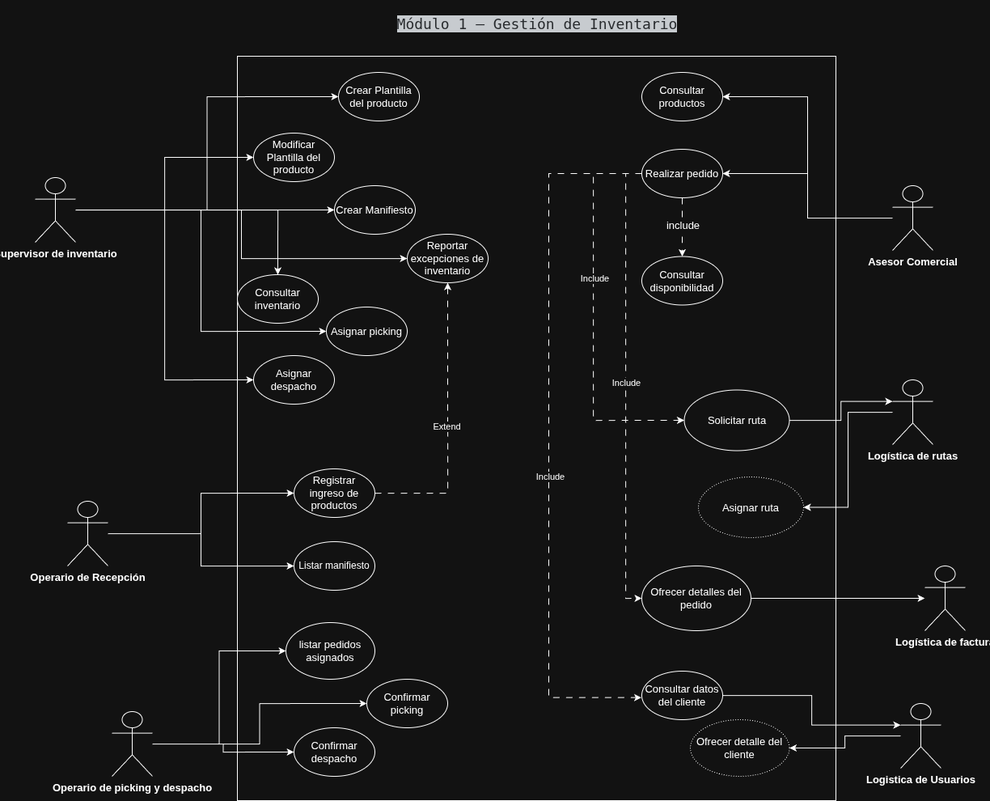
The draw.io diagram docs/casos_de_uso/diagrama_casos_de_uso_modulo1-Casos de Uso.drawio.png in InsoftUnimag/20261StoreManagement, before a commit. Source tidied: cells renumbered, new cells last; positions are measured from the earlier drawing's top-left corner, leaving out a move shared by most shapes.
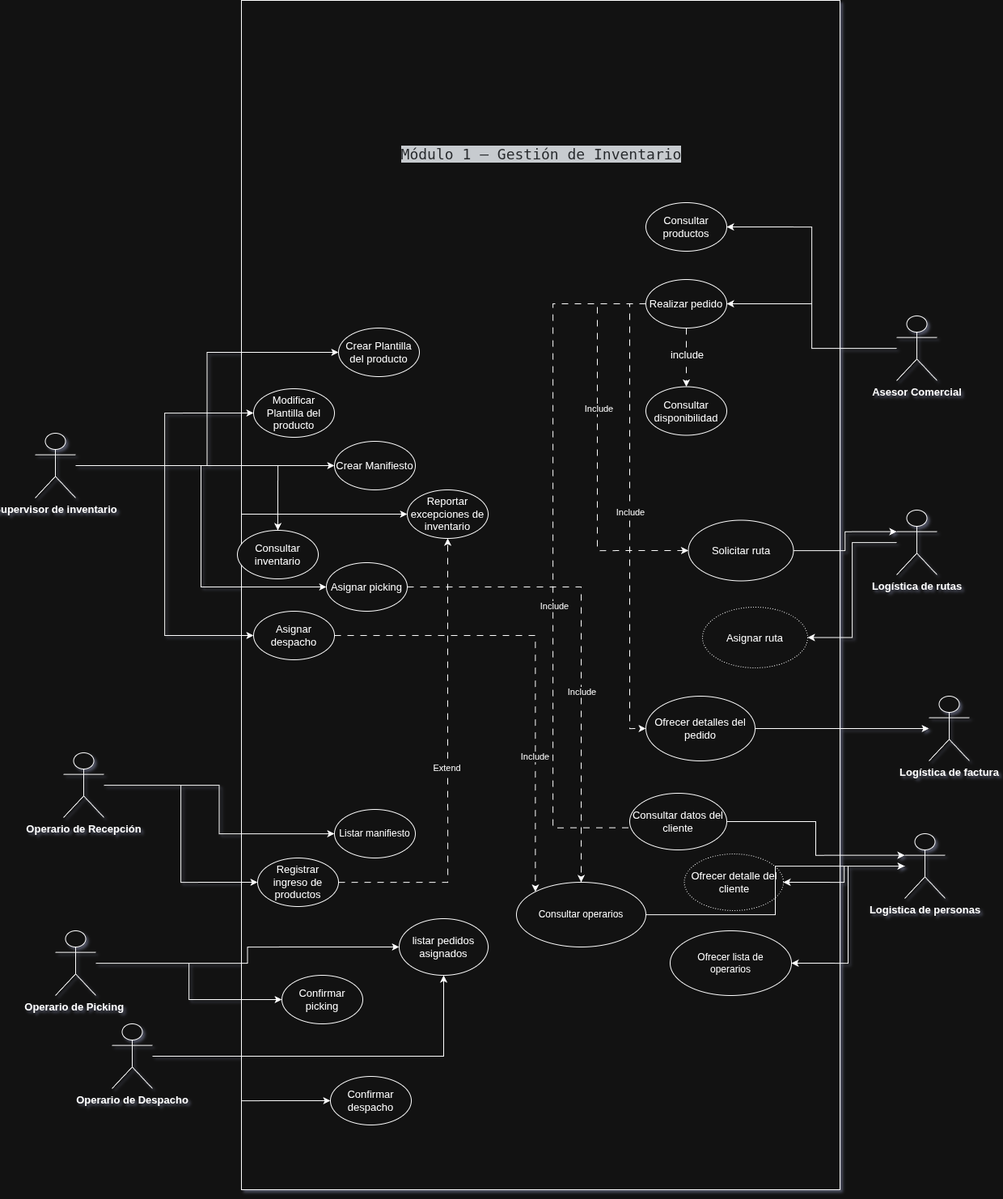
The same diagram one commit later.

Commit message:
Actualizar diagrama de casos de uso módulo 1

Diff of the diagram source:
```diff
@@ -1,9 +1,9 @@
-<mxGraphModel>
+<mxGraphModel shadow="1">
   <root>
     <mxCell id="0" />
     <mxCell id="1" parent="0" />
     <mxCell id="2" value="&amp;nbsp; &amp;nbsp; &amp;nbsp; &amp;nbsp; &amp;nbsp; &amp;nbsp; &amp;nbsp; " style="rounded=0;whiteSpace=wrap;html=1;fontSize=13;" parent="1" vertex="1">
-      <mxGeometry x="250" y="50" width="740" height="920" as="geometry" />
+      <mxGeometry x="250" y="-180" width="740" height="1470" as="geometry" />
     </mxCell>
     <mxCell id="3" value="&lt;pre&gt;&lt;pre class=&quot;shiki github-dark shiki-code-block&quot; style=&quot;background-color:#24292e;color:#e1e4e8&quot; tabindex=&quot;0&quot;&gt;&lt;code class=&quot;whitespace-pre-wrap break-words&quot;&gt;&lt;span class=&quot;line&quot;&gt;&lt;span&gt;Módulo 1 – Gestión de Inventario&lt;/span&gt;&lt;/span&gt;&lt;/code&gt;&lt;/pre&gt;&lt;/pre&gt;" style="text;html=1;whiteSpace=wrap;strokeColor=none;fillColor=none;align=center;verticalAlign=middle;rounded=0;fontSize=18;" parent="1" vertex="1">
       <mxGeometry x="620" height="20" as="geometry" />
@@ -30,10 +30,10 @@
       <mxGeometry relative="1" as="geometry" />
     </mxCell>
     <mxCell id="11" value="Supervisor de inventario" style="shape=umlActor;verticalLabelPosition=bottom;verticalAlign=top;outlineConnect=0;strokeWidth=1;perimeterSpacing=0;strokeColor=default;html=1;fontStyle=1;labelBackgroundColor=none;noLabel=0;fontSize=13;" parent="1" vertex="1">
-      <mxGeometry y="200" width="50" height="80" as="geometry" />
+      <mxGeometry x="-5" y="355" width="50" height="80" as="geometry" />
     </mxCell>
     <mxCell id="12" value="Crear Plantilla del producto" style="ellipse;whiteSpace=wrap;html=1;fontSize=13;" parent="1" vertex="1">
-      <mxGeometry x="375" y="70" width="100" height="60" as="geometry" />
+      <mxGeometry x="370" y="225" width="100" height="60" as="geometry" />
     </mxCell>
     <mxCell id="13" style="edgeStyle=orthogonalEdgeStyle;rounded=0;jettySize=auto;html=1;entryX=0;entryY=0.5;entryDx=0;entryDy=0;" parent="1" edge="1" source="15" target="28">
       <mxGeometry relative="1" as="geometry" />
@@ -42,7 +42,7 @@
       <mxGeometry relative="1" as="geometry" />
     </mxCell>
     <mxCell id="15" value="Operario de Recepción" style="shape=umlActor;verticalLabelPosition=bottom;verticalAlign=top;outlineConnect=0;strokeWidth=1;perimeterSpacing=0;strokeColor=default;html=1;fontStyle=1;labelBackgroundColor=none;noLabel=0;fontSize=13;" parent="1" vertex="1">
-      <mxGeometry x="40" y="600" width="50" height="80" as="geometry" />
+      <mxGeometry x="30" y="750" width="50" height="80" as="geometry" />
     </mxCell>
     <mxCell id="16" style="edgeStyle=orthogonalEdgeStyle;rounded=0;jettySize=auto;html=1;entryX=1;entryY=0.5;entryDx=0;entryDy=0;" parent="1" edge="1" source="18" target="47">
       <mxGeometry relative="1" as="geometry" />
@@ -56,23 +56,20 @@
     <mxCell id="19" style="edgeStyle=orthogonalEdgeStyle;rounded=0;jettySize=auto;html=1;entryX=0;entryY=0.5;entryDx=0;entryDy=0;" parent="1" edge="1" source="22" target="55">
       <mxGeometry relative="1" as="geometry" />
     </mxCell>
-    <mxCell id="20" style="edgeStyle=orthogonalEdgeStyle;rounded=0;jettySize=auto;html=1;entryX=0;entryY=0.5;entryDx=0;entryDy=0;" parent="1" edge="1" source="22" target="56">
-      <mxGeometry relative="1" as="geometry" />
-    </mxCell>
     <mxCell id="21" style="edgeStyle=orthogonalEdgeStyle;rounded=0;jettySize=auto;html=1;entryX=0;entryY=0.5;entryDx=0;entryDy=0;" parent="1" edge="1" source="22" target="38">
       <mxGeometry relative="1" as="geometry" />
     </mxCell>
-    <mxCell id="22" value="Operario de picking y despacho" style="shape=umlActor;verticalLabelPosition=bottom;verticalAlign=top;outlineConnect=0;strokeWidth=1;perimeterSpacing=0;strokeColor=default;html=1;fontStyle=1;labelBackgroundColor=none;noLabel=0;fontSize=13;" parent="1" vertex="1">
-      <mxGeometry x="95" y="860" width="50" height="80" as="geometry" />
+    <mxCell id="22" value="Operario de Picking&amp;nbsp;" style="shape=umlActor;verticalLabelPosition=bottom;verticalAlign=top;outlineConnect=0;strokeWidth=1;perimeterSpacing=0;strokeColor=default;html=1;fontStyle=1;labelBackgroundColor=none;noLabel=0;fontSize=13;" parent="1" vertex="1">
+      <mxGeometry x="20" y="970" width="50" height="80" as="geometry" />
     </mxCell>
     <mxCell id="23" value="Consultar inventario" style="ellipse;whiteSpace=wrap;html=1;fontSize=13;" parent="1" vertex="1">
-      <mxGeometry x="250" y="320" width="100" height="60" as="geometry" />
+      <mxGeometry x="245" y="475" width="100" height="60" as="geometry" />
     </mxCell>
     <mxCell id="24" value="Reportar excepciones de inventario" style="ellipse;whiteSpace=wrap;html=1;fontSize=13;" parent="1" vertex="1">
-      <mxGeometry x="460" y="270" width="100" height="60" as="geometry" />
+      <mxGeometry x="455" y="425" width="100" height="60" as="geometry" />
     </mxCell>
     <mxCell id="25" value="Modificar Plantilla del producto" style="ellipse;whiteSpace=wrap;html=1;fontSize=13;" parent="1" vertex="1">
-      <mxGeometry x="270" y="145" width="100" height="60" as="geometry" />
+      <mxGeometry x="265" y="300" width="100" height="60" as="geometry" />
     </mxCell>
     <mxCell id="26" style="edgeStyle=orthogonalEdgeStyle;rounded=0;jettySize=auto;html=1;dashed=1;dashPattern=8 8;" parent="1" edge="1" source="28" target="24">
       <mxGeometry relative="1" as="geometry" />
@@ -81,7 +78,7 @@
       <mxGeometry x="-0.01" y="2" relative="1" as="geometry" />
     </mxCell>
     <mxCell id="28" value="Registrar ingreso de productos" style="ellipse;whiteSpace=wrap;html=1;fontSize=13;" parent="1" vertex="1">
-      <mxGeometry x="320" y="560" width="100" height="60" as="geometry" />
+      <mxGeometry x="270" y="880" width="100" height="60" as="geometry" />
     </mxCell>
     <mxCell id="29" style="edgeStyle=orthogonalEdgeStyle;rounded=0;jettySize=auto;html=1;dashed=1;fontSize=13;dashPattern=8 8;" parent="1" edge="1" source="37" target="46">
       <mxGeometry relative="1" as="geometry" />
@@ -127,10 +124,16 @@
       <mxGeometry x="750" y="165" width="100" height="60" as="geometry" />
     </mxCell>
     <mxCell id="38" value="&lt;div&gt;listar pedidos&lt;/div&gt;asignados" style="ellipse;whiteSpace=wrap;html=1;fontSize=13;" parent="1" vertex="1">
-      <mxGeometry x="310" y="750" width="110" height="70" as="geometry" />
+      <mxGeometry x="445" y="955" width="110" height="70" as="geometry" />
     </mxCell>
+    <mxCell id="61" style="edgeStyle=orthogonalEdgeStyle;rounded=0;jettySize=auto;html=1;dashed=1;dashPattern=8 8;" parent="1" edge="1" source="39" target="70">
+      <mxGeometry relative="1" as="geometry" />
+    </mxCell>
+    <mxCell id="62" value="Include" style="edgeLabel;html=1;align=center;verticalAlign=middle;" parent="61" vertex="1">
+      <mxGeometry x="0.19" relative="1" as="geometry" />
+    </mxCell>
     <mxCell id="39" value="Asignar picking" style="ellipse;whiteSpace=wrap;html=1;fontSize=13;" parent="1" vertex="1">
-      <mxGeometry x="360" y="360" width="100" height="60" as="geometry" />
+      <mxGeometry x="355" y="515" width="100" height="60" as="geometry" />
     </mxCell>
     <mxCell id="40" style="edgeStyle=orthogonalEdgeStyle;rounded=0;jettySize=auto;html=1;entryX=1;entryY=0.5;entryDx=0;entryDy=0;" parent="1" edge="1" source="41" target="53">
       <mxGeometry relative="1" as="geometry" />
@@ -159,14 +162,22 @@
     <mxCell id="48" style="edgeStyle=orthogonalEdgeStyle;rounded=0;orthogonalLoop=1;jettySize=auto;html=1;exitX=0.5;exitY=1;exitDx=0;exitDy=0;" parent="1" edge="1" source="43" target="43">
       <mxGeometry relative="1" as="geometry" />
     </mxCell>
+    <mxCell id="63" style="edgeStyle=orthogonalEdgeStyle;rounded=0;jettySize=auto;html=1;entryX=0;entryY=0;entryDx=0;entryDy=0;dashed=1;dashPattern=8 8;" parent="1" edge="1" source="49" target="70">
+      <mxGeometry relative="1" as="geometry" />
+    </mxCell>
+    <mxCell id="64" value="Include" style="edgeLabel;html=1;align=center;verticalAlign=middle;" parent="63" vertex="1">
+      <mxGeometry x="0.4" y="-1" relative="1" as="geometry">
+        <mxPoint y="1" as="offset" />
+      </mxGeometry>
+    </mxCell>
     <mxCell id="49" value="Asignar despacho" style="ellipse;whiteSpace=wrap;html=1;fontSize=13;" parent="1" vertex="1">
-      <mxGeometry x="270" y="420" width="100" height="60" as="geometry" />
+      <mxGeometry x="265" y="575" width="100" height="60" as="geometry" />
     </mxCell>
     <mxCell id="50" value="Consultar datos del cliente" style="ellipse;whiteSpace=wrap;html=1;fontSize=13;" parent="1" vertex="1">
-      <mxGeometry x="750" y="810" width="100" height="60" as="geometry" />
+      <mxGeometry x="730" y="800" width="120" height="70" as="geometry" />
     </mxCell>
     <mxCell id="51" value="Listar manifiesto" style="ellipse;whiteSpace=wrap;html=1;" parent="1" vertex="1">
-      <mxGeometry x="320" y="650" width="100" height="60" as="geometry" />
+      <mxGeometry x="365" y="820" width="100" height="60" as="geometry" />
     </mxCell>
     <mxCell id="52" style="edgeStyle=orthogonalEdgeStyle;rounded=0;jettySize=auto;html=1;entryX=0;entryY=0.3333333333333333;entryDx=0;entryDy=0;entryPerimeter=0;" parent="1" edge="1" source="43" target="41">
       <mxGeometry relative="1" as="geometry" />
@@ -175,25 +186,46 @@
       <mxGeometry x="820" y="570" width="130" height="75" as="geometry" />
     </mxCell>
     <mxCell id="54" value="Crear Manifiesto" style="ellipse;whiteSpace=wrap;html=1;fontSize=13;" parent="1" vertex="1">
-      <mxGeometry x="370" y="210" width="100" height="60" as="geometry" />
+      <mxGeometry x="365" y="365" width="100" height="60" as="geometry" />
     </mxCell>
     <mxCell id="55" value="Confirmar picking" style="ellipse;whiteSpace=wrap;html=1;fontSize=13;" parent="1" vertex="1">
-      <mxGeometry x="410" y="820" width="100" height="60" as="geometry" />
+      <mxGeometry x="300" y="1025" width="100" height="60" as="geometry" />
     </mxCell>
     <mxCell id="56" value="&lt;div&gt;Confirmar despacho&lt;/div&gt;" style="ellipse;whiteSpace=wrap;html=1;fontSize=13;" parent="1" vertex="1">
-      <mxGeometry x="320" y="880" width="100" height="60" as="geometry" />
+      <mxGeometry x="360" y="1150" width="100" height="60" as="geometry" />
     </mxCell>
     <mxCell id="57" style="edgeStyle=orthogonalEdgeStyle;rounded=0;jettySize=auto;html=1;entryX=1;entryY=0.5;entryDx=0;entryDy=0;" parent="1" edge="1" source="58" target="60">
       <mxGeometry relative="1" as="geometry" />
     </mxCell>
+    <mxCell id="65" style="edgeStyle=orthogonalEdgeStyle;rounded=0;jettySize=auto;html=1;entryX=1;entryY=0.5;entryDx=0;entryDy=0;" parent="1" edge="1" source="58" target="71">
+      <mxGeometry relative="1" as="geometry" />
+    </mxCell>
-    <mxCell id="58" value="Logistica de Usuarios" style="shape=umlActor;verticalLabelPosition=bottom;verticalAlign=top;outlineConnect=0;strokeWidth=1;perimeterSpacing=0;strokeColor=default;html=1;fontStyle=1;labelBackgroundColor=none;noLabel=0;fontSize=13;" parent="1" vertex="1">
+    <mxCell id="58" value="Logistica de personas" style="shape=umlActor;verticalLabelPosition=bottom;verticalAlign=top;outlineConnect=0;strokeWidth=1;perimeterSpacing=0;strokeColor=default;html=1;fontStyle=1;labelBackgroundColor=none;noLabel=0;fontSize=13;" parent="1" vertex="1">
       <mxGeometry x="1070" y="850" width="50" height="80" as="geometry" />
     </mxCell>
     <mxCell id="59" style="edgeStyle=orthogonalEdgeStyle;rounded=0;jettySize=auto;html=1;entryX=0;entryY=0.3333333333333333;entryDx=0;entryDy=0;entryPerimeter=0;" parent="1" edge="1" source="50" target="58">
       <mxGeometry relative="1" as="geometry" />
     </mxCell>
     <mxCell id="60" value="Ofrecer detalle del cliente" style="ellipse;whiteSpace=wrap;html=1;fontSize=13;dashed=1;dashPattern=1 2;" parent="1" vertex="1">
-      <mxGeometry x="810" y="870" width="122.5" height="70" as="geometry" />
+      <mxGeometry x="797.5" y="875" width="122.5" height="70" as="geometry" />
     </mxCell>
+    <mxCell id="66" style="edgeStyle=orthogonalEdgeStyle;rounded=0;jettySize=auto;html=1;entryX=0.5;entryY=1;entryDx=0;entryDy=0;" parent="1" edge="1" source="68" target="38">
+      <mxGeometry relative="1" as="geometry" />
+    </mxCell>
+    <mxCell id="67" style="edgeStyle=orthogonalEdgeStyle;rounded=0;jettySize=auto;html=1;entryX=0;entryY=0.5;entryDx=0;entryDy=0;" parent="1" edge="1" source="68" target="56">
+      <mxGeometry relative="1" as="geometry" />
+    </mxCell>
+    <mxCell id="68" value="Operario de Despacho" style="shape=umlActor;verticalLabelPosition=bottom;verticalAlign=top;outlineConnect=0;strokeWidth=1;perimeterSpacing=0;strokeColor=default;html=1;fontStyle=1;labelBackgroundColor=none;noLabel=0;fontSize=13;" parent="1" vertex="1">
+      <mxGeometry x="90" y="1085" width="50" height="80" as="geometry" />
+    </mxCell>
+    <mxCell id="69" style="edgeStyle=orthogonalEdgeStyle;rounded=0;jettySize=auto;html=1;" parent="1" edge="1" source="70" target="58">
+      <mxGeometry relative="1" as="geometry" />
+    </mxCell>
+    <mxCell id="70" value="Consultar operarios" style="ellipse;whiteSpace=wrap;html=1;" parent="1" vertex="1">
+      <mxGeometry x="590" y="910" width="160" height="80" as="geometry" />
+    </mxCell>
+    <mxCell id="71" value="Ofrecer lista de&lt;br&gt;operarios" style="ellipse;whiteSpace=wrap;html=1;" parent="1" vertex="1">
+      <mxGeometry x="780" y="970" width="150" height="80" as="geometry" />
+    </mxCell>
   </root>
 </mxGraphModel>
```
